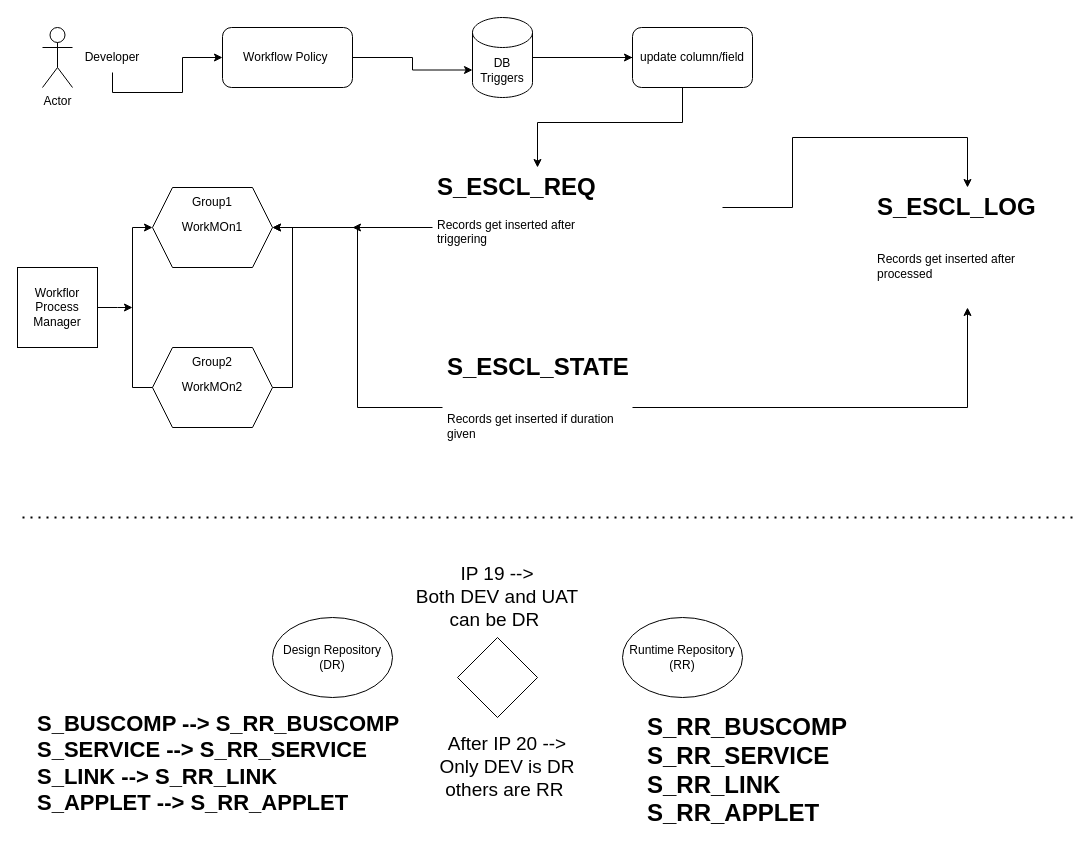
Before: page "ESC_REQ" (1 of 5) of S_ESCL_REQ.drawio in Sagarraj2401/SiebelWorkspace, a draw.io diagram. Source tidied: cells renumbered, new cells numbered last; positions are measured from the earlier drawing's top-left corner, leaving out a move shared by most shapes. Both pictures are drawn from the tidied source at 100%, with x=0, y=0 at pixel (17, 17).
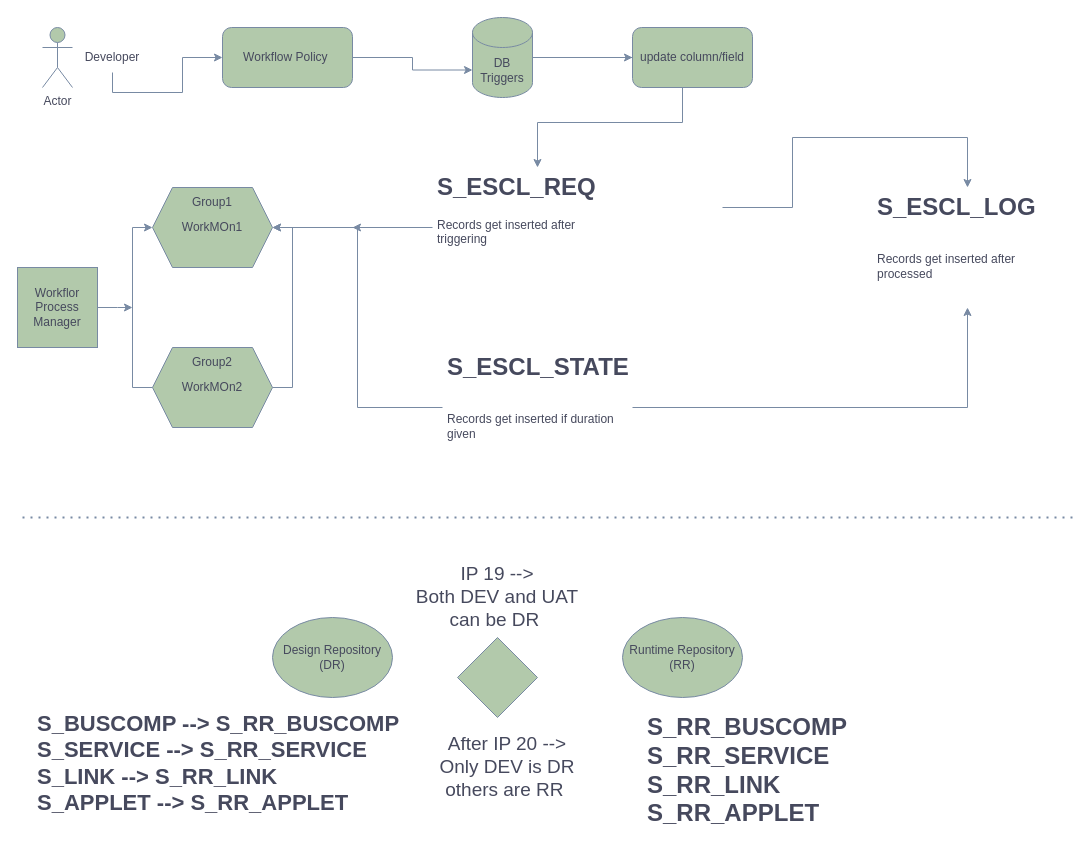
Above is the later version.

The edit, as a diff of the source:
```diff
@@
-    <mxCell id="2" value="Actor" style="shape=umlActor;verticalLabelPosition=bottom;verticalAlign=top;html=1;" parent="1" vertex="1">
+    <mxCell id="2" value="Actor" style="shape=umlActor;verticalLabelPosition=bottom;verticalAlign=top;html=1;labelBackgroundColor=none;fillColor=#B2C9AB;strokeColor=#788AA3;fontColor=#46495D;" parent="1" vertex="1">
       <mxGeometry x="25" y="10" width="30" height="60" as="geometry" />
     </mxCell>
-    <mxCell id="3" style="edgeStyle=orthogonalEdgeStyle;rounded=0;jettySize=auto;html=1;exitX=0.5;exitY=1;exitDx=0;exitDy=0;" parent="1" edge="1" source="4" target="24">
+    <mxCell id="3" style="edgeStyle=orthogonalEdgeStyle;rounded=0;jettySize=auto;html=1;exitX=0.5;exitY=1;exitDx=0;exitDy=0;labelBackgroundColor=none;strokeColor=#788AA3;fontColor=default;" parent="1" edge="1" source="4" target="24">
       <mxGeometry relative="1" as="geometry" />
     </mxCell>
-    <mxCell id="4" value="Developer" style="text;html=1;strokeColor=none;fillColor=none;align=center;verticalAlign=middle;whiteSpace=wrap;rounded=0;" parent="1" vertex="1">
+    <mxCell id="4" value="Developer" style="text;html=1;strokeColor=none;fillColor=none;align=center;verticalAlign=middle;whiteSpace=wrap;rounded=0;labelBackgroundColor=none;fontColor=#46495D;" parent="1" vertex="1">
       <mxGeometry x="65" y="25" width="60" height="30" as="geometry" />
     </mxCell>
-    <mxCell id="5" value="WorkMOn1" style="shape=hexagon;perimeter=hexagonPerimeter2;whiteSpace=wrap;html=1;fixedSize=1;" parent="1" vertex="1">
+    <mxCell id="5" value="WorkMOn1" style="shape=hexagon;perimeter=hexagonPerimeter2;whiteSpace=wrap;html=1;fixedSize=1;labelBackgroundColor=none;fillColor=#B2C9AB;strokeColor=#788AA3;fontColor=#46495D;" parent="1" vertex="1">
       <mxGeometry x="135" y="170" width="120" height="80" as="geometry" />
     </mxCell>
-    <mxCell id="6" style="edgeStyle=orthogonalEdgeStyle;rounded=0;jettySize=auto;html=1;exitX=1;exitY=0.5;exitDx=0;exitDy=0;entryX=1;entryY=0.5;entryDx=0;entryDy=0;" parent="1" edge="1" source="7" target="5">
+    <mxCell id="6" style="edgeStyle=orthogonalEdgeStyle;rounded=0;jettySize=auto;html=1;exitX=1;exitY=0.5;exitDx=0;exitDy=0;entryX=1;entryY=0.5;entryDx=0;entryDy=0;labelBackgroundColor=none;strokeColor=#788AA3;fontColor=default;" parent="1" edge="1" source="7" target="5">
       <mxGeometry relative="1" as="geometry" />
     </mxCell>
-    <mxCell id="7" value="WorkMOn2" style="shape=hexagon;perimeter=hexagonPerimeter2;whiteSpace=wrap;html=1;fixedSize=1;" parent="1" vertex="1">
+    <mxCell id="7" value="WorkMOn2" style="shape=hexagon;perimeter=hexagonPerimeter2;whiteSpace=wrap;html=1;fixedSize=1;labelBackgroundColor=none;fillColor=#B2C9AB;strokeColor=#788AA3;fontColor=#46495D;" parent="1" vertex="1">
       <mxGeometry x="135" y="330" width="120" height="80" as="geometry" />
     </mxCell>
-    <mxCell id="8" style="edgeStyle=orthogonalEdgeStyle;rounded=0;jettySize=auto;html=1;" parent="1" edge="1" source="10" target="21">
+    <mxCell id="8" style="edgeStyle=orthogonalEdgeStyle;rounded=0;jettySize=auto;html=1;labelBackgroundColor=none;strokeColor=#788AA3;fontColor=default;" parent="1" edge="1" source="10" target="21">
       <mxGeometry relative="1" as="geometry">
         <Array as="points">
           <mxPoint x="665" y="40" />
           <mxPoint x="665" y="105" />
           <mxPoint x="520" y="105" />
         </Array>
       </mxGeometry>
     </mxCell>
-    <mxCell id="9" style="edgeStyle=orthogonalEdgeStyle;rounded=0;jettySize=auto;html=1;entryX=0;entryY=0.5;entryDx=0;entryDy=0;" parent="1" edge="1" source="10" target="25">
+    <mxCell id="9" style="edgeStyle=orthogonalEdgeStyle;rounded=0;jettySize=auto;html=1;entryX=0;entryY=0.5;entryDx=0;entryDy=0;labelBackgroundColor=none;strokeColor=#788AA3;fontColor=default;" parent="1" edge="1" source="10" target="25">
       <mxGeometry relative="1" as="geometry" />
     </mxCell>
-    <mxCell id="10" value="DB Triggers" style="shape=cylinder3;whiteSpace=wrap;html=1;boundedLbl=1;backgroundOutline=1;size=15;" parent="1" vertex="1">
+    <mxCell id="10" value="DB Triggers" style="shape=cylinder3;whiteSpace=wrap;html=1;boundedLbl=1;backgroundOutline=1;size=15;labelBackgroundColor=none;fillColor=#B2C9AB;strokeColor=#788AA3;fontColor=#46495D;" parent="1" vertex="1">
       <mxGeometry x="455" width="60" height="80" as="geometry" />
     </mxCell>
-    <mxCell id="11" style="edgeStyle=orthogonalEdgeStyle;rounded=0;jettySize=auto;html=1;entryX=0;entryY=0.5;entryDx=0;entryDy=0;exitX=0;exitY=0.5;exitDx=0;exitDy=0;" parent="1" edge="1" source="7" target="5">
+    <mxCell id="11" style="edgeStyle=orthogonalEdgeStyle;rounded=0;jettySize=auto;html=1;entryX=0;entryY=0.5;entryDx=0;entryDy=0;exitX=0;exitY=0.5;exitDx=0;exitDy=0;labelBackgroundColor=none;strokeColor=#788AA3;fontColor=default;" parent="1" edge="1" source="7" target="5">
       <mxGeometry relative="1" as="geometry" />
     </mxCell>
-    <mxCell id="12" style="edgeStyle=orthogonalEdgeStyle;rounded=0;jettySize=auto;html=1;" parent="1" edge="1" source="13">
+    <mxCell id="12" style="edgeStyle=orthogonalEdgeStyle;rounded=0;jettySize=auto;html=1;labelBackgroundColor=none;strokeColor=#788AA3;fontColor=default;" parent="1" edge="1" source="13">
       <mxGeometry relative="1" as="geometry">
         <mxPoint x="115" y="290" as="targetPoint" />
       </mxGeometry>
     </mxCell>
-    <mxCell id="13" value="Workflor Process Manager" style="whiteSpace=wrap;html=1;" parent="1" vertex="1">
+    <mxCell id="13" value="Workflor Process Manager" style="whiteSpace=wrap;html=1;labelBackgroundColor=none;fillColor=#B2C9AB;strokeColor=#788AA3;fontColor=#46495D;" parent="1" vertex="1">
       <mxGeometry y="250" width="80" height="80" as="geometry" />
     </mxCell>
-    <mxCell id="14" value="Group1" style="text;html=1;strokeColor=none;fillColor=none;align=center;verticalAlign=middle;whiteSpace=wrap;rounded=0;" parent="1" vertex="1">
+    <mxCell id="14" value="Group1" style="text;html=1;strokeColor=none;fillColor=none;align=center;verticalAlign=middle;whiteSpace=wrap;rounded=0;labelBackgroundColor=none;fontColor=#46495D;" parent="1" vertex="1">
       <mxGeometry x="165" y="170" width="60" height="30" as="geometry" />
     </mxCell>
-    <mxCell id="15" value="Group2" style="text;html=1;strokeColor=none;fillColor=none;align=center;verticalAlign=middle;whiteSpace=wrap;rounded=0;" parent="1" vertex="1">
+    <mxCell id="15" value="Group2" style="text;html=1;strokeColor=none;fillColor=none;align=center;verticalAlign=middle;whiteSpace=wrap;rounded=0;labelBackgroundColor=none;fontColor=#46495D;" parent="1" vertex="1">
       <mxGeometry x="165" y="330" width="60" height="30" as="geometry" />
     </mxCell>
-    <mxCell id="16" style="edgeStyle=orthogonalEdgeStyle;rounded=0;jettySize=auto;html=1;" parent="1" edge="1" source="18" target="22">
+    <mxCell id="16" style="edgeStyle=orthogonalEdgeStyle;rounded=0;jettySize=auto;html=1;labelBackgroundColor=none;strokeColor=#788AA3;fontColor=default;" parent="1" edge="1" source="18" target="22">
       <mxGeometry relative="1" as="geometry" />
     </mxCell>
-    <mxCell id="17" style="edgeStyle=orthogonalEdgeStyle;rounded=0;jettySize=auto;html=1;entryX=1;entryY=0.5;entryDx=0;entryDy=0;" parent="1" edge="1" source="18" target="5">
+    <mxCell id="17" style="edgeStyle=orthogonalEdgeStyle;rounded=0;jettySize=auto;html=1;entryX=1;entryY=0.5;entryDx=0;entryDy=0;labelBackgroundColor=none;strokeColor=#788AA3;fontColor=default;" parent="1" edge="1" source="18" target="5">
       <mxGeometry relative="1" as="geometry" />
     </mxCell>
-    <mxCell id="18" value="&lt;h1&gt;S_ESCL_STATE&lt;/h1&gt;&lt;div&gt;&lt;br&gt;&lt;/div&gt;&lt;div&gt;Records get inserted if duration given&lt;/div&gt;" style="text;html=1;strokeColor=none;fillColor=none;spacing=5;spacingTop=-20;whiteSpace=wrap;overflow=hidden;rounded=0;" parent="1" vertex="1">
+    <mxCell id="18" value="&lt;h1&gt;S_ESCL_STATE&lt;/h1&gt;&lt;div&gt;&lt;br&gt;&lt;/div&gt;&lt;div&gt;Records get inserted if duration given&lt;/div&gt;" style="text;html=1;strokeColor=none;fillColor=none;spacing=5;spacingTop=-20;whiteSpace=wrap;overflow=hidden;rounded=0;labelBackgroundColor=none;fontColor=#46495D;" parent="1" vertex="1">
       <mxGeometry x="425" y="330" width="190" height="120" as="geometry" />
     </mxCell>
-    <mxCell id="19" style="edgeStyle=orthogonalEdgeStyle;rounded=0;jettySize=auto;html=1;" parent="1" edge="1" target="22">
+    <mxCell id="19" style="edgeStyle=orthogonalEdgeStyle;rounded=0;jettySize=auto;html=1;labelBackgroundColor=none;strokeColor=#788AA3;fontColor=default;" parent="1" edge="1" target="22">
       <mxGeometry relative="1" as="geometry">
         <mxPoint x="705" y="190" as="sourcePoint" />
         <Array as="points">
           <mxPoint x="775" y="190" />
           <mxPoint x="775" y="120" />
           <mxPoint x="950" y="120" />
         </Array>
       </mxGeometry>
     </mxCell>
-    <mxCell id="20" style="edgeStyle=orthogonalEdgeStyle;rounded=0;jettySize=auto;html=1;" parent="1" edge="1" source="21">
+    <mxCell id="20" style="edgeStyle=orthogonalEdgeStyle;rounded=0;jettySize=auto;html=1;labelBackgroundColor=none;strokeColor=#788AA3;fontColor=default;" parent="1" edge="1" source="21">
       <mxGeometry relative="1" as="geometry">
         <mxPoint x="335" y="210" as="targetPoint" />
       </mxGeometry>
     </mxCell>
-    <mxCell id="21" value="&lt;h1&gt;S_ESCL_REQ&lt;/h1&gt;&lt;div&gt;Records get inserted after triggering&lt;/div&gt;" style="text;html=1;strokeColor=none;fillColor=none;spacing=5;spacingTop=-20;whiteSpace=wrap;overflow=hidden;rounded=0;" parent="1" vertex="1">
+    <mxCell id="21" value="&lt;h1&gt;S_ESCL_REQ&lt;/h1&gt;&lt;div&gt;Records get inserted after triggering&lt;/div&gt;" style="text;html=1;strokeColor=none;fillColor=none;spacing=5;spacingTop=-20;whiteSpace=wrap;overflow=hidden;rounded=0;labelBackgroundColor=none;fontColor=#46495D;" parent="1" vertex="1">
       <mxGeometry x="415" y="150" width="190" height="120" as="geometry" />
     </mxCell>
-    <mxCell id="22" value="&lt;h1&gt;S_ESCL_LOG&lt;/h1&gt;&lt;div&gt;&lt;br&gt;&lt;/div&gt;&lt;div&gt;Records get inserted after processed&lt;/div&gt;&lt;div&gt;&lt;br&gt;&lt;/div&gt;" style="text;html=1;strokeColor=none;fillColor=none;spacing=5;spacingTop=-20;whiteSpace=wrap;overflow=hidden;rounded=0;" parent="1" vertex="1">
+    <mxCell id="22" value="&lt;h1&gt;S_ESCL_LOG&lt;/h1&gt;&lt;div&gt;&lt;br&gt;&lt;/div&gt;&lt;div&gt;Records get inserted after processed&lt;/div&gt;&lt;div&gt;&lt;br&gt;&lt;/div&gt;" style="text;html=1;strokeColor=none;fillColor=none;spacing=5;spacingTop=-20;whiteSpace=wrap;overflow=hidden;rounded=0;labelBackgroundColor=none;fontColor=#46495D;" parent="1" vertex="1">
       <mxGeometry x="855" y="170" width="190" height="120" as="geometry" />
     </mxCell>
-    <mxCell id="23" style="edgeStyle=orthogonalEdgeStyle;rounded=0;jettySize=auto;html=1;entryX=0;entryY=0;entryDx=0;entryDy=52.5;entryPerimeter=0;" parent="1" edge="1" source="24" target="10">
+    <mxCell id="23" style="edgeStyle=orthogonalEdgeStyle;rounded=0;jettySize=auto;html=1;entryX=0;entryY=0;entryDx=0;entryDy=52.5;entryPerimeter=0;labelBackgroundColor=none;strokeColor=#788AA3;fontColor=default;" parent="1" edge="1" source="24" target="10">
       <mxGeometry relative="1" as="geometry" />
     </mxCell>
-    <mxCell id="24" value="Workflow Policy&amp;nbsp;" style="rounded=1;whiteSpace=wrap;html=1;" parent="1" vertex="1">
+    <mxCell id="24" value="Workflow Policy&amp;nbsp;" style="rounded=1;whiteSpace=wrap;html=1;labelBackgroundColor=none;fillColor=#B2C9AB;strokeColor=#788AA3;fontColor=#46495D;" parent="1" vertex="1">
       <mxGeometry x="205" y="10" width="130" height="60" as="geometry" />
     </mxCell>
-    <mxCell id="25" value="update column/field&lt;br&gt;" style="rounded=1;whiteSpace=wrap;html=1;" parent="1" vertex="1">
+    <mxCell id="25" value="update column/field&lt;br&gt;" style="rounded=1;whiteSpace=wrap;html=1;labelBackgroundColor=none;fillColor=#B2C9AB;strokeColor=#788AA3;fontColor=#46495D;" parent="1" vertex="1">
       <mxGeometry x="615" y="10" width="120" height="60" as="geometry" />
     </mxCell>
-    <mxCell id="26" value="Design Repository&lt;br&gt;(DR)" style="ellipse;whiteSpace=wrap;html=1;" parent="1" vertex="1">
+    <mxCell id="26" value="Design Repository&lt;br&gt;(DR)" style="ellipse;whiteSpace=wrap;html=1;labelBackgroundColor=none;fillColor=#B2C9AB;strokeColor=#788AA3;fontColor=#46495D;" parent="1" vertex="1">
       <mxGeometry x="255" y="600" width="120" height="80" as="geometry" />
     </mxCell>
-    <mxCell id="27" value="Runtime Repository&lt;br&gt;(RR)" style="ellipse;whiteSpace=wrap;html=1;" parent="1" vertex="1">
+    <mxCell id="27" value="Runtime Repository&lt;br&gt;(RR)" style="ellipse;whiteSpace=wrap;html=1;labelBackgroundColor=none;fillColor=#B2C9AB;strokeColor=#788AA3;fontColor=#46495D;" parent="1" vertex="1">
       <mxGeometry x="605" y="600" width="120" height="80" as="geometry" />
     </mxCell>
-    <mxCell id="28" value="&lt;font style=&quot;font-size: 19px;&quot;&gt;IP 19 --&amp;gt;&lt;br&gt;Both DEV and UAT can be DR&amp;nbsp;&lt;br&gt;&lt;/font&gt;" style="text;html=1;strokeColor=none;fillColor=none;align=center;verticalAlign=middle;whiteSpace=wrap;rounded=0;" parent="1" vertex="1">
+    <mxCell id="28" value="&lt;font style=&quot;font-size: 19px;&quot;&gt;IP 19 --&amp;gt;&lt;br&gt;Both DEV and UAT can be DR&amp;nbsp;&lt;br&gt;&lt;/font&gt;" style="text;html=1;strokeColor=none;fillColor=none;align=center;verticalAlign=middle;whiteSpace=wrap;rounded=0;labelBackgroundColor=none;fontColor=#46495D;" parent="1" vertex="1">
       <mxGeometry x="395" y="530" width="170" height="100" as="geometry" />
     </mxCell>
-    <mxCell id="29" value="&lt;font style=&quot;font-size: 19px;&quot;&gt;After IP 20 --&amp;gt;&lt;br&gt;Only DEV is DR&lt;br&gt;others are RR&amp;nbsp;&lt;br&gt;&lt;/font&gt;" style="text;html=1;strokeColor=none;fillColor=none;align=center;verticalAlign=middle;whiteSpace=wrap;rounded=0;" parent="1" vertex="1">
+    <mxCell id="29" value="&lt;font style=&quot;font-size: 19px;&quot;&gt;After IP 20 --&amp;gt;&lt;br&gt;Only DEV is DR&lt;br&gt;others are RR&amp;nbsp;&lt;br&gt;&lt;/font&gt;" style="text;html=1;strokeColor=none;fillColor=none;align=center;verticalAlign=middle;whiteSpace=wrap;rounded=0;labelBackgroundColor=none;fontColor=#46495D;" parent="1" vertex="1">
       <mxGeometry x="405" y="700" width="170" height="100" as="geometry" />
     </mxCell>
-    <mxCell id="30" style="rhombus;whiteSpace=wrap;html=1;" parent="1" vertex="1">
+    <mxCell id="30" style="rhombus;whiteSpace=wrap;html=1;labelBackgroundColor=none;fillColor=#B2C9AB;strokeColor=#788AA3;fontColor=#46495D;" parent="1" vertex="1">
       <mxGeometry x="440" y="620" width="80" height="80" as="geometry" />
     </mxCell>
-    <mxCell id="31" value="&lt;h1 style=&quot;font-size: 22px;&quot;&gt;S_BUSCOMP --&amp;gt; S_RR_BUSCOMP&lt;br&gt;S_SERVICE --&amp;gt; S_RR_SERVICE&lt;br&gt;S_LINK --&amp;gt; S_RR_LINK&lt;br&gt;S_APPLET --&amp;gt; S_RR_APPLET&lt;/h1&gt;" style="text;html=1;strokeColor=none;fillColor=none;spacing=5;spacingTop=-20;whiteSpace=wrap;overflow=hidden;rounded=0;" parent="1" vertex="1">
+    <mxCell id="31" value="&lt;h1 style=&quot;font-size: 22px;&quot;&gt;S_BUSCOMP --&amp;gt; S_RR_BUSCOMP&lt;br&gt;S_SERVICE --&amp;gt; S_RR_SERVICE&lt;br&gt;S_LINK --&amp;gt; S_RR_LINK&lt;br&gt;S_APPLET --&amp;gt; S_RR_APPLET&lt;/h1&gt;" style="text;html=1;strokeColor=none;fillColor=none;spacing=5;spacingTop=-20;whiteSpace=wrap;overflow=hidden;rounded=0;labelBackgroundColor=none;fontColor=#46495D;" parent="1" vertex="1">
       <mxGeometry x="15" y="689" width="390" height="131" as="geometry" />
     </mxCell>
-    <mxCell id="32" value="&lt;h1&gt;S_RR_BUSCOMP&lt;br&gt;S_RR_SERVICE&lt;br&gt;S_RR_LINK&lt;br&gt;S_RR_APPLET&lt;/h1&gt;" style="text;html=1;strokeColor=none;fillColor=none;spacing=5;spacingTop=-20;whiteSpace=wrap;overflow=hidden;rounded=0;" parent="1" vertex="1">
+    <mxCell id="32" value="&lt;h1&gt;S_RR_BUSCOMP&lt;br&gt;S_RR_SERVICE&lt;br&gt;S_RR_LINK&lt;br&gt;S_RR_APPLET&lt;/h1&gt;" style="text;html=1;strokeColor=none;fillColor=none;spacing=5;spacingTop=-20;whiteSpace=wrap;overflow=hidden;rounded=0;labelBackgroundColor=none;fontColor=#46495D;" parent="1" vertex="1">
       <mxGeometry x="625" y="690" width="270" height="130" as="geometry" />
     </mxCell>
-    <mxCell id="33" style="endArrow=none;dashed=1;html=1;dashPattern=1 3;strokeWidth=2;rounded=0;" parent="1" edge="1">
+    <mxCell id="33" style="endArrow=none;dashed=1;html=1;dashPattern=1 3;strokeWidth=2;rounded=0;labelBackgroundColor=none;strokeColor=#788AA3;fontColor=default;" parent="1" edge="1">
       <mxGeometry relative="1" as="geometry">
         <mxPoint x="5" y="500" as="sourcePoint" />
         <mxPoint x="1055" y="500" as="targetPoint" />
       </mxGeometry>
     </mxCell>
```
